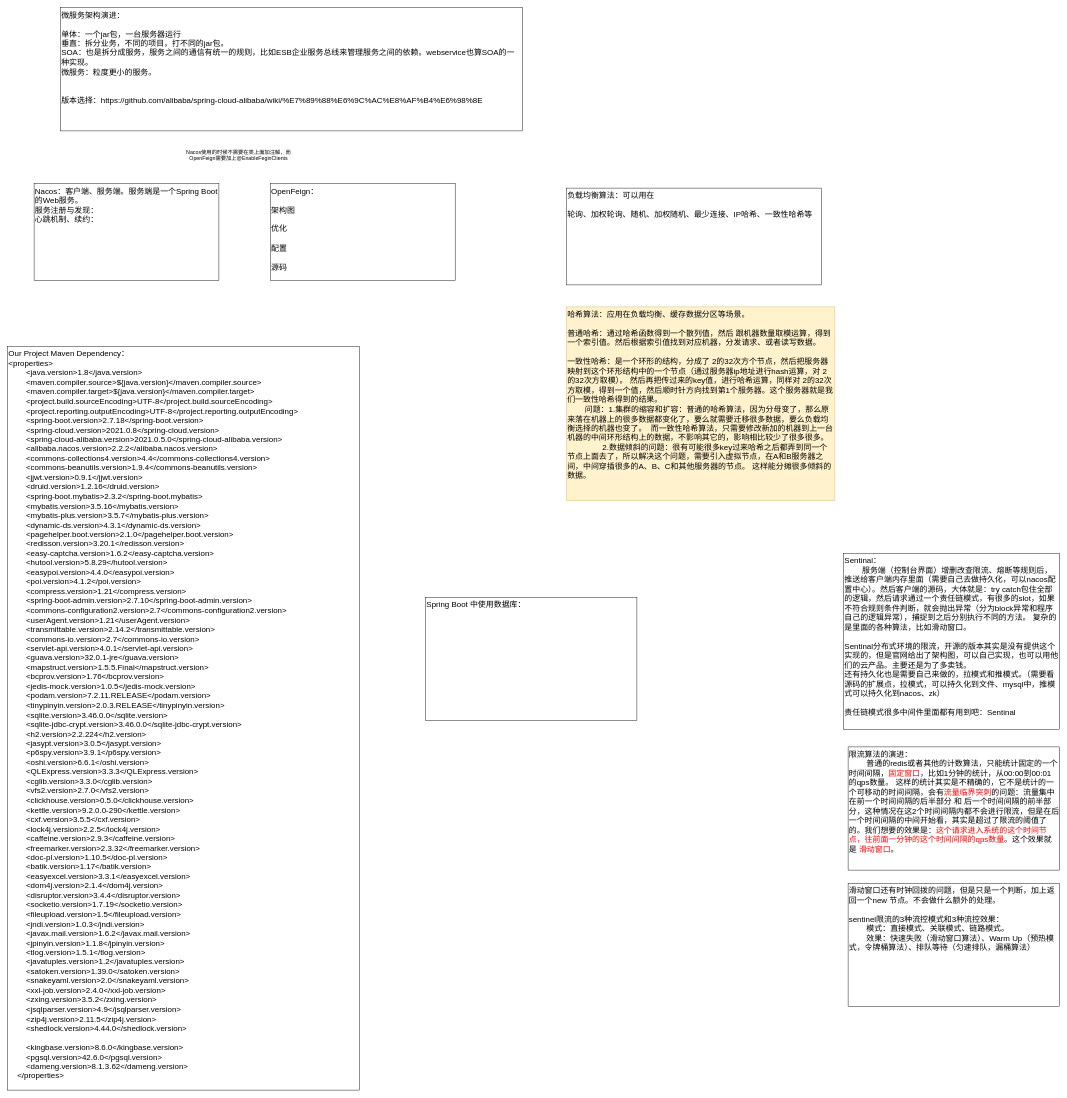
Above: JAVA/微服务.drawio in KGwolf/MyDraw (draw.io), before the change. Source tidied: cells renumbered, new cells numbered last; positions are measured from the earlier drawing's top-left corner, leaving out a move shared by most shapes. Both pictures are drawn from the tidied source at 44%, with x=0, y=0 at pixel (7, 7).
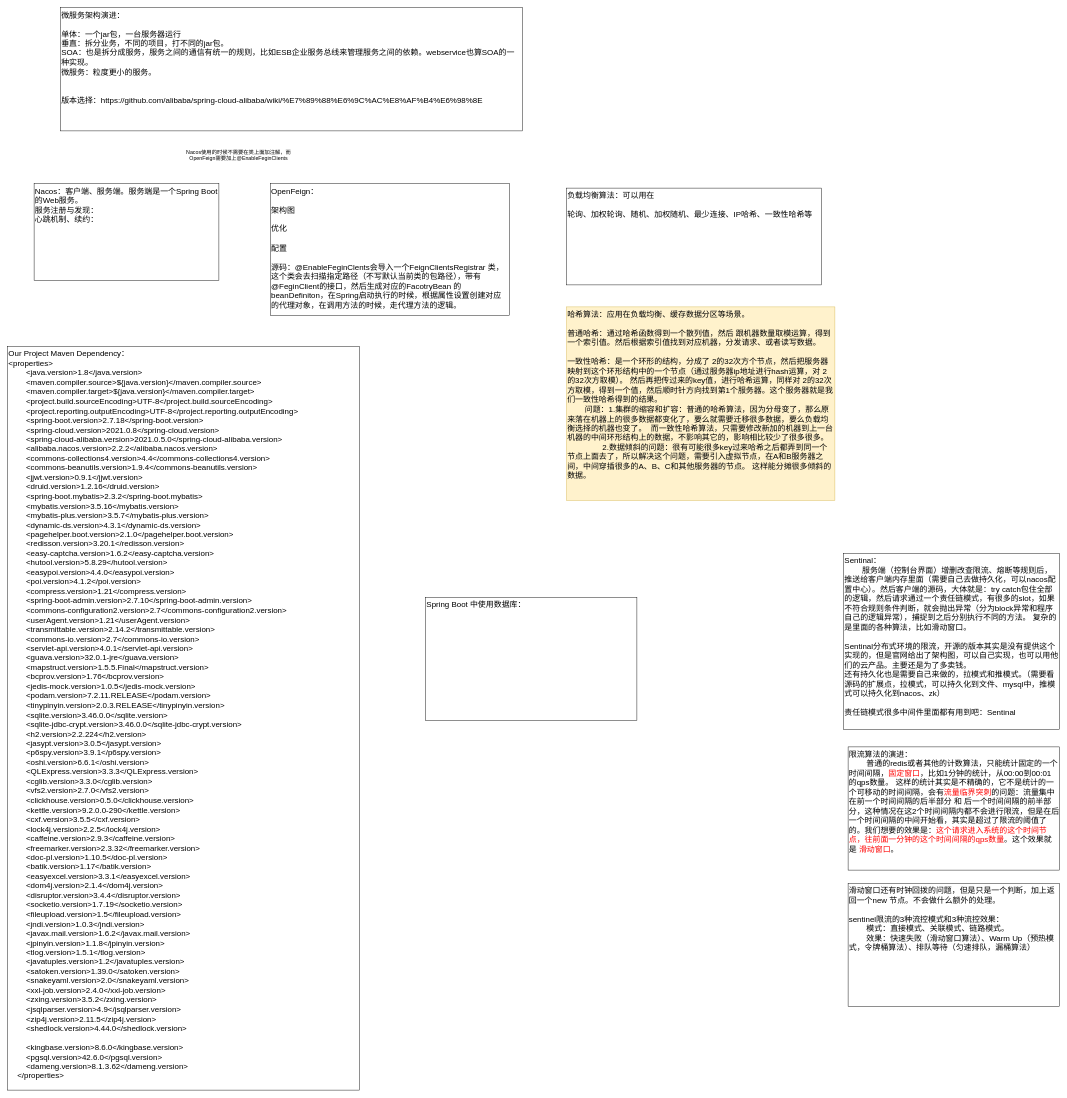
After the change.

Commit message:
更新微服务.drawio

The edit, as a diff of the source:
```diff
@@
 <mxGraphModel>
   <root>
     <mxCell id="0" />
     <mxCell id="1" parent="0" />
     <mxCell id="2" value="Nacos：客户端、服务端。服务端是一个Spring Boot的Web服务。&lt;div&gt;服务注册与发现：&lt;/div&gt;&lt;div&gt;心跳机制、续约：&lt;br&gt;&lt;div&gt;&lt;br&gt;&lt;/div&gt;&lt;/div&gt;" style="rounded=0;whiteSpace=wrap;html=1;fontSize=18;verticalAlign=top;align=left;" parent="1" vertex="1">
       <mxGeometry x="60" y="400" width="420" height="220" as="geometry" />
     </mxCell>
-    <mxCell id="3" value="&lt;div&gt;OpenFeign：&lt;/div&gt;&lt;div&gt;&lt;br&gt;&lt;/div&gt;&lt;div&gt;架构图&lt;/div&gt;&lt;div&gt;&lt;br&gt;&lt;/div&gt;&lt;div&gt;优化&lt;/div&gt;&lt;div&gt;&lt;br&gt;&lt;/div&gt;&lt;div&gt;配置&lt;/div&gt;&lt;div&gt;&lt;br&gt;&lt;/div&gt;&lt;div&gt;源码&lt;/div&gt;" style="rounded=0;whiteSpace=wrap;html=1;fontSize=18;verticalAlign=top;align=left;" parent="1" vertex="1">
-      <mxGeometry x="597" y="400" width="420" height="220" as="geometry" />
+    <mxCell id="3" value="&lt;div&gt;OpenFeign：&lt;/div&gt;&lt;div&gt;&lt;br&gt;&lt;/div&gt;&lt;div&gt;架构图&lt;/div&gt;&lt;div&gt;&lt;br&gt;&lt;/div&gt;&lt;div&gt;优化&lt;/div&gt;&lt;div&gt;&lt;br&gt;&lt;/div&gt;&lt;div&gt;配置&lt;/div&gt;&lt;div&gt;&lt;br&gt;&lt;/div&gt;&lt;div&gt;源码：@EnableFeginClents会导入一个FeignClientsRegistrar 类，这个类会去扫描指定路径（不写默认当前类的包路径），带有@FeginClient的接口，然后生成对应的FacotryBean 的beanDefiniton，在Spring启动执行的时候，&lt;span style=&quot;background-color: transparent; color: light-dark(rgb(0, 0, 0), rgb(255, 255, 255));&quot;&gt;根据属性设置&lt;/span&gt;&lt;span style=&quot;background-color: transparent; color: light-dark(rgb(0, 0, 0), rgb(255, 255, 255));&quot;&gt;创建对应的代理对象，在调用方法的时候，走代理方法的逻辑。&lt;/span&gt;&lt;/div&gt;" style="rounded=0;whiteSpace=wrap;html=1;fontSize=18;verticalAlign=top;align=left;" parent="1" vertex="1">
+      <mxGeometry x="597" y="400" width="543" height="300" as="geometry" />
     </mxCell>
     <mxCell id="4" value="Our Project Maven Dependency：&lt;div&gt;&lt;div&gt;&amp;lt;properties&amp;gt;&lt;/div&gt;&lt;div&gt;&amp;nbsp; &amp;nbsp; &amp;nbsp; &amp;nbsp; &amp;lt;java.version&amp;gt;1.8&amp;lt;/java.version&amp;gt;&lt;/div&gt;&lt;div&gt;&amp;nbsp; &amp;nbsp; &amp;nbsp; &amp;nbsp; &amp;lt;maven.compiler.source&amp;gt;${java.version}&amp;lt;/maven.compiler.source&amp;gt;&lt;/div&gt;&lt;div&gt;&amp;nbsp; &amp;nbsp; &amp;nbsp; &amp;nbsp; &amp;lt;maven.compiler.target&amp;gt;${java.version}&amp;lt;/maven.compiler.target&amp;gt;&lt;/div&gt;&lt;div&gt;&amp;nbsp; &amp;nbsp; &amp;nbsp; &amp;nbsp; &amp;lt;project.build.sourceEncoding&amp;gt;UTF-8&amp;lt;/project.build.sourceEncoding&amp;gt;&lt;/div&gt;&lt;div&gt;&amp;nbsp; &amp;nbsp; &amp;nbsp; &amp;nbsp; &amp;lt;project.reporting.outputEncoding&amp;gt;UTF-8&amp;lt;/project.reporting.outputEncoding&amp;gt;&lt;/div&gt;&lt;div&gt;&amp;nbsp; &amp;nbsp; &amp;nbsp; &amp;nbsp; &amp;lt;spring-boot.version&amp;gt;2.7.18&amp;lt;/spring-boot.version&amp;gt;&lt;/div&gt;&lt;div&gt;&amp;nbsp; &amp;nbsp; &amp;nbsp; &amp;nbsp; &amp;lt;spring-cloud.version&amp;gt;2021.0.8&amp;lt;/spring-cloud.version&amp;gt;&lt;/div&gt;&lt;div&gt;&amp;nbsp; &amp;nbsp; &amp;nbsp; &amp;nbsp; &amp;lt;spring-cloud-alibaba.version&amp;gt;2021.0.5.0&amp;lt;/spring-cloud-alibaba.version&amp;gt;&lt;/div&gt;&lt;div&gt;&amp;nbsp; &amp;nbsp; &amp;nbsp; &amp;nbsp; &amp;lt;alibaba.nacos.version&amp;gt;2.2.2&amp;lt;/alibaba.nacos.version&amp;gt;&lt;/div&gt;&lt;div&gt;&amp;nbsp; &amp;nbsp; &amp;nbsp; &amp;nbsp; &amp;lt;commons-collections4.version&amp;gt;4.4&amp;lt;/commons-collections4.version&amp;gt;&lt;/div&gt;&lt;div&gt;&amp;nbsp; &amp;nbsp; &amp;nbsp; &amp;nbsp; &amp;lt;commons-beanutils.version&amp;gt;1.9.4&amp;lt;/commons-beanutils.version&amp;gt;&lt;/div&gt;&lt;div&gt;&amp;nbsp; &amp;nbsp; &amp;nbsp; &amp;nbsp; &amp;lt;jjwt.version&amp;gt;0.9.1&amp;lt;/jjwt.version&amp;gt;&lt;/div&gt;&lt;div&gt;&amp;nbsp; &amp;nbsp; &amp;nbsp; &amp;nbsp; &amp;lt;druid.version&amp;gt;1.2.16&amp;lt;/druid.version&amp;gt;&lt;/div&gt;&lt;div&gt;&amp;nbsp; &amp;nbsp; &amp;nbsp; &amp;nbsp; &amp;lt;spring-boot.mybatis&amp;gt;2.3.2&amp;lt;/spring-boot.mybatis&amp;gt;&lt;/div&gt;&lt;div&gt;&amp;nbsp; &amp;nbsp; &amp;nbsp; &amp;nbsp; &amp;lt;mybatis.version&amp;gt;3.5.16&amp;lt;/mybatis.version&amp;gt;&lt;/div&gt;&lt;div&gt;&amp;nbsp; &amp;nbsp; &amp;nbsp; &amp;nbsp; &amp;lt;mybatis-plus.version&amp;gt;3.5.7&amp;lt;/mybatis-plus.version&amp;gt;&lt;/div&gt;&lt;div&gt;&amp;nbsp; &amp;nbsp; &amp;nbsp; &amp;nbsp; &amp;lt;dynamic-ds.version&amp;gt;4.3.1&amp;lt;/dynamic-ds.version&amp;gt;&lt;/div&gt;&lt;div&gt;&amp;nbsp; &amp;nbsp; &amp;nbsp; &amp;nbsp; &amp;lt;pagehelper.boot.version&amp;gt;2.1.0&amp;lt;/pagehelper.boot.version&amp;gt;&lt;/div&gt;&lt;div&gt;&amp;nbsp; &amp;nbsp; &amp;nbsp; &amp;nbsp; &amp;lt;redisson.version&amp;gt;3.20.1&amp;lt;/redisson.version&amp;gt;&lt;/div&gt;&lt;div&gt;&amp;nbsp; &amp;nbsp; &amp;nbsp; &amp;nbsp; &amp;lt;easy-captcha.version&amp;gt;1.6.2&amp;lt;/easy-captcha.version&amp;gt;&lt;/div&gt;&lt;div&gt;&amp;nbsp; &amp;nbsp; &amp;nbsp; &amp;nbsp; &amp;lt;hutool.version&amp;gt;5.8.29&amp;lt;/hutool.version&amp;gt;&lt;/div&gt;&lt;div&gt;&amp;nbsp; &amp;nbsp; &amp;nbsp; &amp;nbsp; &amp;lt;easypoi.version&amp;gt;4.4.0&amp;lt;/easypoi.version&amp;gt;&lt;/div&gt;&lt;div&gt;&amp;nbsp; &amp;nbsp; &amp;nbsp; &amp;nbsp; &amp;lt;poi.version&amp;gt;4.1.2&amp;lt;/poi.version&amp;gt;&lt;/div&gt;&lt;div&gt;&amp;nbsp; &amp;nbsp; &amp;nbsp; &amp;nbsp; &amp;lt;compress.version&amp;gt;1.21&amp;lt;/compress.version&amp;gt;&lt;/div&gt;&lt;div&gt;&amp;nbsp; &amp;nbsp; &amp;nbsp; &amp;nbsp; &amp;lt;spring-boot-admin.version&amp;gt;2.7.10&amp;lt;/spring-boot-admin.version&amp;gt;&lt;/div&gt;&lt;div&gt;&amp;nbsp; &amp;nbsp; &amp;nbsp; &amp;nbsp; &amp;lt;commons-configuration2.version&amp;gt;2.7&amp;lt;/commons-configuration2.version&amp;gt;&lt;/div&gt;&lt;div&gt;&amp;nbsp; &amp;nbsp; &amp;nbsp; &amp;nbsp; &amp;lt;userAgent.version&amp;gt;1.21&amp;lt;/userAgent.version&amp;gt;&lt;/div&gt;&lt;div&gt;&amp;nbsp; &amp;nbsp; &amp;nbsp; &amp;nbsp; &amp;lt;transmittable.version&amp;gt;2.14.2&amp;lt;/transmittable.version&amp;gt;&lt;/div&gt;&lt;div&gt;&amp;nbsp; &amp;nbsp; &amp;nbsp; &amp;nbsp; &amp;lt;commons-io.version&amp;gt;2.7&amp;lt;/commons-io.version&amp;gt;&lt;/div&gt;&lt;div&gt;&amp;nbsp; &amp;nbsp; &amp;nbsp; &amp;nbsp; &amp;lt;servlet-api.version&amp;gt;4.0.1&amp;lt;/servlet-api.version&amp;gt;&lt;/div&gt;&lt;div&gt;&amp;nbsp; &amp;nbsp; &amp;nbsp; &amp;nbsp; &amp;lt;guava.version&amp;gt;32.0.1-jre&amp;lt;/guava.version&amp;gt;&lt;/div&gt;&lt;div&gt;&amp;nbsp; &amp;nbsp; &amp;nbsp; &amp;nbsp; &amp;lt;mapstruct.version&amp;gt;1.5.5.Final&amp;lt;/mapstruct.version&amp;gt;&lt;/div&gt;&lt;div&gt;&amp;nbsp; &amp;nbsp; &amp;nbsp; &amp;nbsp; &amp;lt;bcprov.version&amp;gt;1.76&amp;lt;/bcprov.version&amp;gt;&lt;/div&gt;&lt;div&gt;&amp;nbsp; &amp;nbsp; &amp;nbsp; &amp;nbsp; &amp;lt;jedis-mock.version&amp;gt;1.0.5&amp;lt;/jedis-mock.version&amp;gt;&lt;/div&gt;&lt;div&gt;&amp;nbsp; &amp;nbsp; &amp;nbsp; &amp;nbsp; &amp;lt;podam.version&amp;gt;7.2.11.RELEASE&amp;lt;/podam.version&amp;gt;&lt;/div&gt;&lt;div&gt;&amp;nbsp; &amp;nbsp; &amp;nbsp; &amp;nbsp; &amp;lt;tinypinyin.version&amp;gt;2.0.3.RELEASE&amp;lt;/tinypinyin.version&amp;gt;&lt;/div&gt;&lt;div&gt;&amp;nbsp; &amp;nbsp; &amp;nbsp; &amp;nbsp; &amp;lt;sqlite.version&amp;gt;3.46.0.0&amp;lt;/sqlite.version&amp;gt;&lt;/div&gt;&lt;div&gt;&amp;nbsp; &amp;nbsp; &amp;nbsp; &amp;nbsp; &amp;lt;sqlite-jdbc-crypt.version&amp;gt;3.46.0.0&amp;lt;/sqlite-jdbc-crypt.version&amp;gt;&lt;/div&gt;&lt;div&gt;&amp;nbsp; &amp;nbsp; &amp;nbsp; &amp;nbsp; &amp;lt;h2.version&amp;gt;2.2.224&amp;lt;/h2.version&amp;gt;&lt;/div&gt;&lt;div&gt;&amp;nbsp; &amp;nbsp; &amp;nbsp; &amp;nbsp; &amp;lt;jasypt.version&amp;gt;3.0.5&amp;lt;/jasypt.version&amp;gt;&lt;/div&gt;&lt;div&gt;&amp;nbsp; &amp;nbsp; &amp;nbsp; &amp;nbsp; &amp;lt;p6spy.version&amp;gt;3.9.1&amp;lt;/p6spy.version&amp;gt;&lt;/div&gt;&lt;div&gt;&amp;nbsp; &amp;nbsp; &amp;nbsp; &amp;nbsp; &amp;lt;oshi.version&amp;gt;6.6.1&amp;lt;/oshi.version&amp;gt;&lt;/div&gt;&lt;div&gt;&amp;nbsp; &amp;nbsp; &amp;nbsp; &amp;nbsp; &amp;lt;QLExpress.version&amp;gt;3.3.3&amp;lt;/QLExpress.version&amp;gt;&lt;/div&gt;&lt;div&gt;&amp;nbsp; &amp;nbsp; &amp;nbsp; &amp;nbsp; &amp;lt;cglib.version&amp;gt;3.3.0&amp;lt;/cglib.version&amp;gt;&lt;/div&gt;&lt;div&gt;&amp;nbsp; &amp;nbsp; &amp;nbsp; &amp;nbsp; &amp;lt;vfs2.version&amp;gt;2.7.0&amp;lt;/vfs2.version&amp;gt;&lt;/div&gt;&lt;div&gt;&amp;nbsp; &amp;nbsp; &amp;nbsp; &amp;nbsp; &amp;lt;clickhouse.version&amp;gt;0.5.0&amp;lt;/clickhouse.version&amp;gt;&lt;/div&gt;&lt;div&gt;&amp;nbsp; &amp;nbsp; &amp;nbsp; &amp;nbsp; &amp;lt;kettle.version&amp;gt;9.2.0.0-290&amp;lt;/kettle.version&amp;gt;&lt;/div&gt;&lt;div&gt;&amp;nbsp; &amp;nbsp; &amp;nbsp; &amp;nbsp; &amp;lt;cxf.version&amp;gt;3.5.5&amp;lt;/cxf.version&amp;gt;&lt;/div&gt;&lt;div&gt;&amp;nbsp; &amp;nbsp; &amp;nbsp; &amp;nbsp; &amp;lt;lock4j.version&amp;gt;2.2.5&amp;lt;/lock4j.version&amp;gt;&lt;/div&gt;&lt;div&gt;&amp;nbsp; &amp;nbsp; &amp;nbsp; &amp;nbsp; &amp;lt;caffeine.version&amp;gt;2.9.3&amp;lt;/caffeine.version&amp;gt;&lt;/div&gt;&lt;div&gt;&amp;nbsp; &amp;nbsp; &amp;nbsp; &amp;nbsp; &amp;lt;freemarker.version&amp;gt;2.3.32&amp;lt;/freemarker.version&amp;gt;&lt;/div&gt;&lt;div&gt;&amp;nbsp; &amp;nbsp; &amp;nbsp; &amp;nbsp; &amp;lt;doc-pl.version&amp;gt;1.10.5&amp;lt;/doc-pl.version&amp;gt;&lt;/div&gt;&lt;div&gt;&amp;nbsp; &amp;nbsp; &amp;nbsp; &amp;nbsp; &amp;lt;batik.version&amp;gt;1.17&amp;lt;/batik.version&amp;gt;&lt;/div&gt;&lt;div&gt;&amp;nbsp; &amp;nbsp; &amp;nbsp; &amp;nbsp; &amp;lt;easyexcel.version&amp;gt;3.3.1&amp;lt;/easyexcel.version&amp;gt;&lt;/div&gt;&lt;div&gt;&amp;nbsp; &amp;nbsp; &amp;nbsp; &amp;nbsp; &amp;lt;dom4j.version&amp;gt;2.1.4&amp;lt;/dom4j.version&amp;gt;&lt;/div&gt;&lt;div&gt;&amp;nbsp; &amp;nbsp; &amp;nbsp; &amp;nbsp; &amp;lt;disruptor.version&amp;gt;3.4.4&amp;lt;/disruptor.version&amp;gt;&lt;/div&gt;&lt;div&gt;&amp;nbsp; &amp;nbsp; &amp;nbsp; &amp;nbsp; &amp;lt;socketio.version&amp;gt;1.7.19&amp;lt;/socketio.version&amp;gt;&lt;/div&gt;&lt;div&gt;&amp;nbsp; &amp;nbsp; &amp;nbsp; &amp;nbsp; &amp;lt;fileupload.version&amp;gt;1.5&amp;lt;/fileupload.version&amp;gt;&lt;/div&gt;&lt;div&gt;&amp;nbsp; &amp;nbsp; &amp;nbsp; &amp;nbsp; &amp;lt;jndi.version&amp;gt;1.0.3&amp;lt;/jndi.version&amp;gt;&lt;/div&gt;&lt;div&gt;&amp;nbsp; &amp;nbsp; &amp;nbsp; &amp;nbsp; &amp;lt;javax.mail.version&amp;gt;1.6.2&amp;lt;/javax.mail.version&amp;gt;&lt;/div&gt;&lt;div&gt;&amp;nbsp; &amp;nbsp; &amp;nbsp; &amp;nbsp; &amp;lt;jpinyin.version&amp;gt;1.1.8&amp;lt;/jpinyin.version&amp;gt;&lt;/div&gt;&lt;div&gt;&amp;nbsp; &amp;nbsp; &amp;nbsp; &amp;nbsp; &amp;lt;tlog.version&amp;gt;1.5.1&amp;lt;/tlog.version&amp;gt;&lt;/div&gt;&lt;div&gt;&amp;nbsp; &amp;nbsp; &amp;nbsp; &amp;nbsp; &amp;lt;javatuples.version&amp;gt;1.2&amp;lt;/javatuples.version&amp;gt;&lt;/div&gt;&lt;div&gt;&amp;nbsp; &amp;nbsp; &amp;nbsp; &amp;nbsp; &amp;lt;satoken.version&amp;gt;1.39.0&amp;lt;/satoken.version&amp;gt;&lt;/div&gt;&lt;div&gt;&amp;nbsp; &amp;nbsp; &amp;nbsp; &amp;nbsp; &amp;lt;snakeyaml.version&amp;gt;2.0&amp;lt;/snakeyaml.version&amp;gt;&lt;/div&gt;&lt;div&gt;&amp;nbsp; &amp;nbsp; &amp;nbsp; &amp;nbsp; &amp;lt;xxl-job.version&amp;gt;2.4.0&amp;lt;/xxl-job.version&amp;gt;&lt;/div&gt;&lt;div&gt;&amp;nbsp; &amp;nbsp; &amp;nbsp; &amp;nbsp; &amp;lt;zxing.version&amp;gt;3.5.2&amp;lt;/zxing.version&amp;gt;&lt;/div&gt;&lt;div&gt;&amp;nbsp; &amp;nbsp; &amp;nbsp; &amp;nbsp; &amp;lt;jsqlparser.version&amp;gt;4.9&amp;lt;/jsqlparser.version&amp;gt;&lt;/div&gt;&lt;div&gt;&amp;nbsp; &amp;nbsp; &amp;nbsp; &amp;nbsp; &amp;lt;zip4j.version&amp;gt;2.11.5&amp;lt;/zip4j.version&amp;gt;&lt;/div&gt;&lt;div&gt;&amp;nbsp; &amp;nbsp; &amp;nbsp; &amp;nbsp; &amp;lt;shedlock.version&amp;gt;4.44.0&amp;lt;/shedlock.version&amp;gt;&lt;/div&gt;&lt;div&gt;&lt;br&gt;&lt;/div&gt;&lt;div&gt;&amp;nbsp; &amp;nbsp; &amp;nbsp; &amp;nbsp; &amp;lt;kingbase.version&amp;gt;8.6.0&amp;lt;/kingbase.version&amp;gt;&lt;/div&gt;&lt;div&gt;&amp;nbsp; &amp;nbsp; &amp;nbsp; &amp;nbsp; &amp;lt;pgsql.version&amp;gt;42.6.0&amp;lt;/pgsql.version&amp;gt;&lt;/div&gt;&lt;div&gt;&amp;nbsp; &amp;nbsp; &amp;nbsp; &amp;nbsp; &amp;lt;dameng.version&amp;gt;8.1.3.62&amp;lt;/dameng.version&amp;gt;&lt;/div&gt;&lt;div&gt;&amp;nbsp; &amp;nbsp; &amp;lt;/properties&amp;gt;&lt;/div&gt;&lt;div&gt;&lt;br&gt;&lt;/div&gt;&lt;/div&gt;" style="rounded=0;whiteSpace=wrap;html=1;fontSize=18;verticalAlign=top;align=left;" parent="1" vertex="1">
       <mxGeometry y="770" width="800" height="1690" as="geometry" />
     </mxCell>
     <mxCell id="5" value="微服务架构演进：&lt;div&gt;&lt;br&gt;&lt;/div&gt;&lt;div&gt;单体：一个jar包，一台服务器运行&lt;/div&gt;&lt;div&gt;垂直：拆分业务，不同的项目，打不同的jar包。&lt;/div&gt;&lt;div&gt;SOA：也是拆分成服务，服务之间的通信有统一的规则，比如ESB企业服务总线来管理服务之间的依赖。webservice也算SOA的一种实现。&lt;/div&gt;&lt;div&gt;微服务：粒度更小的服务。&lt;/div&gt;&lt;div&gt;&lt;br&gt;&lt;/div&gt;&lt;div&gt;&lt;br&gt;&lt;/div&gt;&lt;div&gt;版本选择：https://github.com/alibaba/spring-cloud-alibaba/wiki/%E7%89%88%E6%9C%AC%E8%AF%B4%E6%98%8E&lt;br&gt;&lt;div&gt;&lt;br&gt;&lt;/div&gt;&lt;/div&gt;" style="rounded=0;whiteSpace=wrap;html=1;fontSize=18;verticalAlign=top;align=left;" parent="1" vertex="1">
       <mxGeometry x="120" width="1050" height="280" as="geometry" />
     </mxCell>
     <mxCell id="6" value="&lt;div&gt;负载均衡算法：可以用在&lt;/div&gt;&lt;div&gt;&lt;br&gt;&lt;/div&gt;&lt;div&gt;轮询、加权轮询、随机、加权随机、最少连接、IP哈希、一致性哈希等&lt;/div&gt;" style="rounded=0;whiteSpace=wrap;html=1;fontSize=18;verticalAlign=top;align=left;" parent="1" vertex="1">
       <mxGeometry x="1270" y="410" width="580" height="220" as="geometry" />
     </mxCell>
     <mxCell id="7" value="&lt;div&gt;哈希算法：应用在负载均衡、缓存数据分区等场景。&lt;/div&gt;&lt;div&gt;&lt;br&gt;&lt;/div&gt;&lt;div&gt;普通哈希：通过哈希函数得到一个散列值，然后 跟机器数量取模运算，得到一个索引值。然后根据索引值找到对应机器，分发请求、或者读写数据。&lt;/div&gt;&lt;div&gt;&lt;br&gt;&lt;/div&gt;一致性哈希：是一个环形的结构，分成了 2的32次方个节点，然后把服务器映射到这个环形结构中的一个节点（通过服务器ip地址进行hash运算，对 2的32次方取模）。 然后再把传过来的key值，进行哈希运算，同样对 2的32次方取模，得到一个值，然后顺时针方向找到第1个服务器。这个服务器就是我们一致性哈希得到的结果。&lt;div&gt;&lt;span style=&quot;white-space: pre;&quot;&gt;&#9;&lt;/span&gt;问题：1.集群的缩容和扩容：普通的哈希算法，因为分母变了，那么原来落在机器上的很多数据都变化了，要么就需要迁移很多数据，要么负载均衡选择的机器也变了。&amp;nbsp; 而一致性哈希算法，只需要修改新加的机器到上一台机器的中间环形结构上的数据，不影响其它的，影响相比较少了很多很多。&lt;br&gt;&lt;/div&gt;&lt;div&gt;&lt;span style=&quot;white-space: pre;&quot;&gt;&#9;&lt;/span&gt;&lt;span style=&quot;white-space: pre;&quot;&gt;&#9;&lt;/span&gt;2.数据倾斜的问题：很有可能很多key过来哈希之后都弄到同一个节点上面去了，所以解决这个问题，需要引入虚拟节点，在A和B服务器之间，中间穿插很多的A、B、C和其他服务器的节点。 这样能分摊很多倾斜的数据。&lt;br&gt;&lt;/div&gt;" style="rounded=0;whiteSpace=wrap;html=1;fontSize=18;verticalAlign=top;align=left;fillColor=#fff2cc;strokeColor=#d6b656;" parent="1" vertex="1">
       <mxGeometry x="1270" y="680" width="610" height="440" as="geometry" />
     </mxCell>
     <mxCell id="8" value="Spring Boot 中使用数据库：" style="rounded=0;whiteSpace=wrap;html=1;fontSize=18;verticalAlign=top;align=left;" parent="1" vertex="1">
       <mxGeometry x="950" y="1340" width="480" height="280" as="geometry" />
     </mxCell>
     <mxCell id="9" value="Sentinal：&lt;div&gt;&lt;span style=&quot;white-space: pre;&quot;&gt;&#9;&lt;/span&gt;服务端（控制台界面）增删改查限流、熔断等规则后，推送给客户端内存里面（需要自己去做持久化，可以nacos配置中心）。然后客户端的源码，大体就是：try catch包住全部的逻辑，然后请求通过一个责任链模式，有很多的slot，如果不符合规则条件判断，就会抛出异常（分为block异常和程序自己的逻辑异常），捕捉到之后分别执行不同的方法。 复杂的是里面的各种算法，比如滑动窗口。&lt;br&gt;&lt;/div&gt;&lt;div&gt;&lt;br&gt;&lt;/div&gt;&lt;div&gt;Sentinal分布式环境的限流，开源的版本其实是没有提供这个实现的，但是官网给出了架构图，可以自己实现，也可以用他们的云产品。主要还是为了多卖钱。&lt;/div&gt;&lt;div&gt;还有持久化也是需要自己来做的，拉模式和推模式。（需要看源码的扩展点，拉模式，可以持久化到文件、mysql中，推模式可以持久化到nacos、zk）&lt;/div&gt;&lt;div&gt;&lt;br&gt;&lt;/div&gt;&lt;div&gt;责任链模式很多中间件里面都有用到吧：Sentinal&lt;/div&gt;&lt;div&gt;&lt;br&gt;&lt;/div&gt;" style="rounded=0;whiteSpace=wrap;html=1;fontSize=18;verticalAlign=top;align=left;" parent="1" vertex="1">
       <mxGeometry x="1900" y="1240" width="490" height="400" as="geometry" />
     </mxCell>
     <mxCell id="10" value="限流算法的演进：&lt;div&gt;&lt;span style=&quot;white-space: pre;&quot;&gt;&#9;&lt;/span&gt;普通的redis或者其他的计数算法，只能统计固定的一个时间间隔，&lt;font style=&quot;color: rgb(255, 0, 0);&quot;&gt;固定窗口&lt;/font&gt;，比如1分钟的统计，从00:00到00:01的qps数量。 这样的统计其实是不精确的，&lt;span style=&quot;background-color: transparent; color: light-dark(rgb(0, 0, 0), rgb(255, 255, 255));&quot;&gt;它不是统计的一个可移动的时间间隔，&lt;/span&gt;&lt;span style=&quot;background-color: transparent; color: light-dark(rgb(0, 0, 0), rgb(255, 255, 255));&quot;&gt;会有&lt;/span&gt;&lt;font style=&quot;background-color: transparent; color: rgb(255, 0, 0);&quot;&gt;流量临界突刺&lt;/font&gt;&lt;span style=&quot;background-color: transparent; color: light-dark(rgb(0, 0, 0), rgb(255, 255, 255));&quot;&gt;的问题：流量集中在前一个时间间隔的后半部分 和 后一个时间间隔的前半部分，这种情况在这2个时间间隔内都不会进行限流，但是在后一个时间间隔的中间开始看，其实是超过了限流的阈值了的。我们想要的效果是：&lt;/span&gt;&lt;font style=&quot;background-color: transparent; color: rgb(255, 0, 0);&quot;&gt;这个请求进入系统的这个时间节点，往前面一分钟的这个时间间隔的qps数量&lt;/font&gt;&lt;span style=&quot;background-color: transparent; color: light-dark(rgb(0, 0, 0), rgb(255, 255, 255));&quot;&gt;。这个效果就是 &lt;/span&gt;&lt;font style=&quot;background-color: transparent; color: rgb(255, 0, 0);&quot;&gt;滑动窗口&lt;/font&gt;&lt;span style=&quot;background-color: transparent; color: light-dark(rgb(0, 0, 0), rgb(255, 255, 255));&quot;&gt;。&lt;/span&gt;&lt;/div&gt;&lt;div&gt;&lt;div&gt;&lt;br&gt;&lt;/div&gt;&lt;/div&gt;" style="rounded=0;whiteSpace=wrap;html=1;fontSize=18;verticalAlign=top;align=left;" parent="1" vertex="1">
       <mxGeometry x="1910" y="1680" width="480" height="280" as="geometry" />
     </mxCell>
     <mxCell id="11" value="滑动窗口还有时钟回拨的问题，但是只是一个判断，加上返回一个new 节点。不会做什么额外的处理。&lt;div&gt;&lt;br&gt;&lt;/div&gt;&lt;div&gt;sentinel限流的3种流控模式和3种流控效果：&lt;/div&gt;&lt;div&gt;&lt;span style=&quot;white-space: pre;&quot;&gt;&#9;&lt;/span&gt;模式：直接模式、关联模式、链路模式。&lt;/div&gt;&lt;div&gt;&lt;span style=&quot;white-space: pre;&quot;&gt;&#9;&lt;/span&gt;效果：快速失败（滑动窗口算法）、Warm Up（预热模式，令牌桶算法）、排队等待（匀速排队，漏桶算法）&lt;br&gt;&lt;/div&gt;&lt;div&gt;&lt;div&gt;&lt;div&gt;&lt;br&gt;&lt;/div&gt;&lt;/div&gt;&lt;/div&gt;" style="rounded=0;whiteSpace=wrap;html=1;fontSize=18;verticalAlign=top;align=left;" parent="1" vertex="1">
       <mxGeometry x="1910" y="1990" width="480" height="280" as="geometry" />
     </mxCell>
     <mxCell id="12" value="Nacos使用的时候不需要在类上面加注解，而OpenFeign需要加上@EnableFeginClients" style="text;html=1;align=center;verticalAlign=middle;whiteSpace=wrap;rounded=0;" parent="1" vertex="1">
       <mxGeometry x="400" y="310" width="250" height="50" as="geometry" />
     </mxCell>
   </root>
 </mxGraphModel>
```
